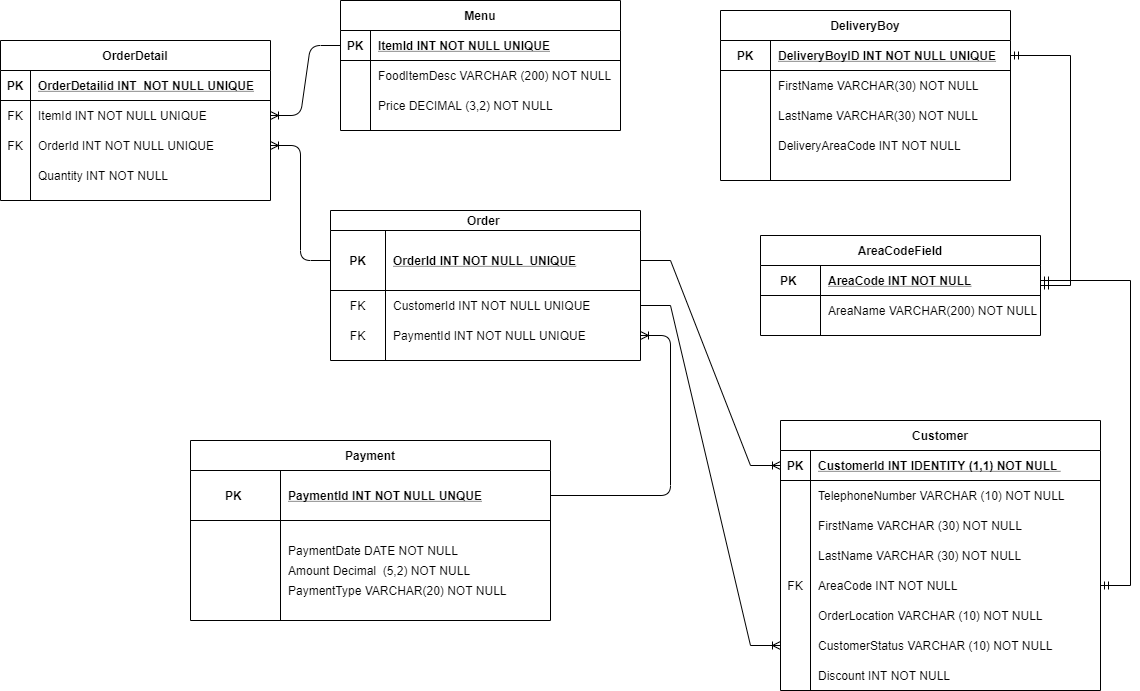
The draw.io diagram Restaurant Management System.png in SherlonFra/Restaurant-Database, before a commit. Source tidied: cells renumbered, new cells last; positions are measured from the earlier drawing's top-left corner, leaving out a move shared by most shapes.
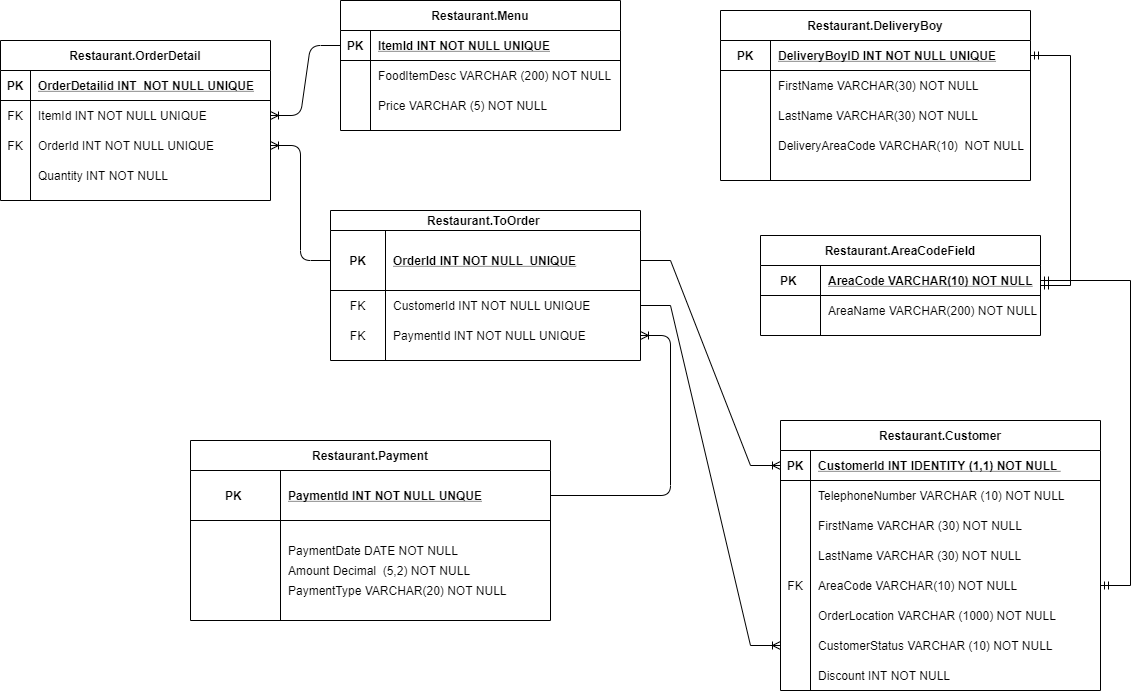
The same file after the commit.

The edit, as a diff of the source:
```diff
@@ -2,7 +2,7 @@
   <root>
     <mxCell id="0" />
     <mxCell id="1" parent="0" />
-    <mxCell id="2" value="Customer" style="shape=table;startSize=30;rowLines=0;fontStyle=1;align=center;" parent="1" vertex="1">
+    <mxCell id="2" value="Restaurant.Customer" style="shape=table;startSize=30;rowLines=0;fontStyle=1;align=center;" parent="1" vertex="1">
       <mxGeometry x="780" y="420" width="320" height="270" as="geometry" />
     </mxCell>
     <mxCell id="3" style="shape=partialRectangle;fillColor=none;top=0;left=0;bottom=1;right=0;points=[[0,0.5],[1,0.5]];portConstraint=eastwest;" parent="2" vertex="1">
@@ -47,7 +47,7 @@
     <mxCell id="16" value="FK" style="shape=partialRectangle;fillColor=none;top=0;left=0;bottom=0;right=0;overflow=hidden;" parent="15" vertex="1">
       <mxGeometry width="30" height="30" as="geometry" />
     </mxCell>
-    <mxCell id="17" value="AreaCode INT NOT NULL" style="shape=partialRectangle;fillColor=none;top=0;left=0;bottom=0;right=0;align=left;spacingLeft=6;overflow=hidden;" parent="15" vertex="1">
+    <mxCell id="17" value="AreaCode VARCHAR(10) NOT NULL" style="shape=partialRectangle;fillColor=none;top=0;left=0;bottom=0;right=0;align=left;spacingLeft=6;overflow=hidden;" parent="15" vertex="1">
       <mxGeometry x="30" width="290" height="30" as="geometry" />
     </mxCell>
     <mxCell id="18" style="shape=partialRectangle;fillColor=none;top=0;left=0;bottom=0;right=0;" parent="2" vertex="1">
@@ -56,7 +56,7 @@
     <mxCell id="19" style="shape=partialRectangle;fillColor=none;top=0;left=0;bottom=0;right=0;overflow=hidden;" parent="18" vertex="1">
       <mxGeometry width="30" height="30" as="geometry" />
     </mxCell>
-    <mxCell id="20" value="OrderLocation VARCHAR (10) NOT NULL" style="shape=partialRectangle;fillColor=none;top=0;left=0;bottom=0;right=0;align=left;spacingLeft=6;overflow=hidden;" parent="18" vertex="1">
+    <mxCell id="20" value="OrderLocation VARCHAR (1000) NOT NULL" style="shape=partialRectangle;fillColor=none;top=0;left=0;bottom=0;right=0;align=left;spacingLeft=6;overflow=hidden;" parent="18" vertex="1">
       <mxGeometry x="30" width="290" height="30" as="geometry" />
     </mxCell>
     <mxCell id="21" style="shape=partialRectangle;fillColor=none;top=0;left=0;bottom=0;right=0;points=[[0,0.5],[1,0.5]];portConstraint=eastwest;" parent="2" vertex="1">
@@ -77,7 +77,7 @@
     <mxCell id="26" value="Discount INT NOT NULL" style="shape=partialRectangle;fillColor=none;top=0;left=0;bottom=0;right=0;align=left;spacingLeft=6;overflow=hidden;" parent="24" vertex="1">
       <mxGeometry x="30" width="290" height="30" as="geometry" />
     </mxCell>
-    <mxCell id="27" value="Order " style="shape=table;startSize=20;rowLines=0;fontStyle=1;align=center;" parent="1" vertex="1">
+    <mxCell id="27" value="Restaurant.ToOrder " style="shape=table;startSize=20;rowLines=0;fontStyle=1;align=center;" parent="1" vertex="1">
       <mxGeometry x="330" y="210" width="310" height="150" as="geometry" />
     </mxCell>
     <mxCell id="28" style="shape=partialRectangle;fillColor=none;top=0;left=0;bottom=1;right=0;points=[[0,0.5],[1,0.5]];portConstraint=eastwest;" parent="27" vertex="1">
@@ -107,58 +107,58 @@
     <mxCell id="36" value="PaymentId INT NOT NULL UNIQUE" style="shape=partialRectangle;fillColor=none;top=0;left=0;bottom=0;right=0;align=left;spacingLeft=6;overflow=hidden;" parent="34" vertex="1">
       <mxGeometry x="55" width="255" height="30" as="geometry" />
     </mxCell>
-    <mxCell id="37" value="DeliveryBoy" style="shape=table;startSize=30;rowLines=0;fontStyle=1;align=center;rounded=0;" parent="1" vertex="1">
-      <mxGeometry x="720" y="10" width="290" height="170" as="geometry" />
+    <mxCell id="37" value="Restaurant.DeliveryBoy" style="shape=table;startSize=30;rowLines=0;fontStyle=1;align=center;rounded=0;" parent="1" vertex="1">
+      <mxGeometry x="720" y="10" width="310" height="170" as="geometry" />
     </mxCell>
     <mxCell id="38" style="shape=partialRectangle;fillColor=none;top=0;left=0;bottom=1;right=0;points=[[0,0.5],[1,0.5]];portConstraint=eastwest;" parent="37" vertex="1">
-      <mxGeometry y="30" width="290" height="30" as="geometry" />
+      <mxGeometry y="30" width="310" height="30" as="geometry" />
     </mxCell>
     <mxCell id="39" value="PK" style="shape=partialRectangle;fillColor=none;top=0;left=0;bottom=0;right=0;fontStyle=1;overflow=hidden;" parent="38" vertex="1">
       <mxGeometry width="50" height="30" as="geometry" />
     </mxCell>
     <mxCell id="40" value="DeliveryBoyID INT NOT NULL UNIQUE" style="shape=partialRectangle;fillColor=none;top=0;left=0;bottom=0;right=0;align=left;spacingLeft=6;fontStyle=5;overflow=hidden;" parent="38" vertex="1">
-      <mxGeometry x="50" width="240" height="30" as="geometry" />
+      <mxGeometry x="50" width="260" height="30" as="geometry" />
     </mxCell>
     <mxCell id="41" style="shape=partialRectangle;fillColor=none;top=0;left=0;bottom=0;right=0;" parent="37" vertex="1">
-      <mxGeometry y="60" width="290" height="30" as="geometry" />
+      <mxGeometry y="60" width="310" height="30" as="geometry" />
     </mxCell>
     <mxCell id="42" style="shape=partialRectangle;fillColor=none;top=0;left=0;bottom=0;right=0;overflow=hidden;" parent="41" vertex="1">
       <mxGeometry width="50" height="30" as="geometry" />
     </mxCell>
     <mxCell id="43" value="FirstName VARCHAR(30) NOT NULL" style="shape=partialRectangle;fillColor=none;top=0;left=0;bottom=0;right=0;align=left;spacingLeft=6;overflow=hidden;" parent="41" vertex="1">
-      <mxGeometry x="50" width="240" height="30" as="geometry" />
+      <mxGeometry x="50" width="260" height="30" as="geometry" />
     </mxCell>
     <mxCell id="44" style="shape=partialRectangle;fillColor=none;top=0;left=0;bottom=0;right=0;" parent="37" vertex="1">
-      <mxGeometry y="90" width="290" height="30" as="geometry" />
+      <mxGeometry y="90" width="310" height="30" as="geometry" />
     </mxCell>
     <mxCell id="45" style="shape=partialRectangle;fillColor=none;top=0;left=0;bottom=0;right=0;overflow=hidden;" parent="44" vertex="1">
       <mxGeometry width="50" height="30" as="geometry" />
     </mxCell>
     <mxCell id="46" value="LastName VARCHAR(30) NOT NULL" style="shape=partialRectangle;fillColor=none;top=0;left=0;bottom=0;right=0;align=left;spacingLeft=6;overflow=hidden;" parent="44" vertex="1">
-      <mxGeometry x="50" width="240" height="30" as="geometry" />
+      <mxGeometry x="50" width="260" height="30" as="geometry" />
     </mxCell>
     <mxCell id="47" style="shape=partialRectangle;fillColor=none;top=0;left=0;bottom=0;right=0;" parent="37" vertex="1">
-      <mxGeometry y="120" width="290" height="30" as="geometry" />
+      <mxGeometry y="120" width="310" height="30" as="geometry" />
     </mxCell>
     <mxCell id="48" style="shape=partialRectangle;fillColor=none;top=0;left=0;bottom=0;right=0;overflow=hidden;" parent="47" vertex="1">
       <mxGeometry width="50" height="30" as="geometry" />
     </mxCell>
-    <mxCell id="49" value="DeliveryAreaCode INT NOT NULL" style="shape=partialRectangle;fillColor=none;top=0;left=0;bottom=0;right=0;align=left;spacingLeft=6;overflow=hidden;" parent="47" vertex="1">
-      <mxGeometry x="50" width="240" height="30" as="geometry" />
+    <mxCell id="49" value="DeliveryAreaCode VARCHAR(10)  NOT NULL" style="shape=partialRectangle;fillColor=none;top=0;left=0;bottom=0;right=0;align=left;spacingLeft=6;overflow=hidden;" parent="47" vertex="1">
+      <mxGeometry x="50" width="260" height="30" as="geometry" />
     </mxCell>
     <mxCell id="50" style="shape=partialRectangle;fillColor=none;top=0;left=0;bottom=0;right=0;" parent="37" vertex="1">
-      <mxGeometry y="150" width="290" height="20" as="geometry" />
+      <mxGeometry y="150" width="310" height="20" as="geometry" />
     </mxCell>
     <mxCell id="51" style="shape=partialRectangle;fillColor=none;top=0;left=0;bottom=0;right=0;overflow=hidden;" parent="50" vertex="1">
       <mxGeometry width="50" height="20" as="geometry" />
     </mxCell>
     <mxCell id="52" style="shape=partialRectangle;fillColor=none;top=0;left=0;bottom=0;right=0;align=left;spacingLeft=6;overflow=hidden;" parent="50" vertex="1">
-      <mxGeometry x="50" width="240" height="20" as="geometry" />
+      <mxGeometry x="50" width="260" height="20" as="geometry" />
     </mxCell>
     <mxCell id="53" style="edgeStyle=entityRelationEdgeStyle;fontSize=12;html=1;endArrow=ERmandOne;startArrow=ERmandOne;rounded=0;" parent="1" edge="1" source="15" target="73">
       <mxGeometry relative="1" as="geometry" />
     </mxCell>
-    <mxCell id="54" value="Payment" style="shape=table;startSize=30;rowLines=0;fontStyle=1;align=center;" parent="1" vertex="1">
+    <mxCell id="54" value="Restaurant.Payment" style="shape=table;startSize=30;rowLines=0;fontStyle=1;align=center;" parent="1" vertex="1">
       <mxGeometry x="190" y="440" width="360" height="180" as="geometry" />
     </mxCell>
     <mxCell id="55" style="shape=partialRectangle;fillColor=none;top=0;left=0;bottom=1;right=0;points=[[0,0.5],[1,0.5]];portConstraint=eastwest;" parent="54" vertex="1">
@@ -212,7 +212,7 @@
     <mxCell id="71" style="edgeStyle=entityRelationEdgeStyle;fontSize=12;html=1;endArrow=ERoneToMany;exitX=1;exitY=0.5;exitDx=0;exitDy=0;entryX=0;entryY=0.5;entryDx=0;entryDy=0;rounded=0;" parent="1" edge="1" source="31" target="21">
       <mxGeometry relative="1" as="geometry" />
     </mxCell>
-    <mxCell id="72" value="AreaCodeField" style="shape=table;startSize=30;rowLines=0;fontStyle=1;align=center;" parent="1" vertex="1">
+    <mxCell id="72" value="Restaurant.AreaCodeField" style="shape=table;startSize=30;rowLines=0;fontStyle=1;align=center;" parent="1" vertex="1">
       <mxGeometry x="760" y="235" width="280" height="100" as="geometry" />
     </mxCell>
     <mxCell id="73" style="shape=partialRectangle;fillColor=none;top=0;left=0;bottom=1;right=0;points=[[0,0.5],[1,0.5]];portConstraint=eastwest;" parent="72" vertex="1">
@@ -221,7 +221,7 @@
     <mxCell id="74" value="PK " style="shape=partialRectangle;fillColor=none;top=0;left=0;bottom=0;right=0;fontStyle=1;overflow=hidden;" parent="73" vertex="1">
       <mxGeometry width="60" height="30" as="geometry" />
     </mxCell>
-    <mxCell id="75" value="AreaCode INT NOT NULL" style="shape=partialRectangle;fillColor=none;top=0;left=0;bottom=0;right=0;align=left;spacingLeft=6;fontStyle=5;overflow=hidden;" parent="73" vertex="1">
+    <mxCell id="75" value="AreaCode VARCHAR(10) NOT NULL" style="shape=partialRectangle;fillColor=none;top=0;left=0;bottom=0;right=0;align=left;spacingLeft=6;fontStyle=5;overflow=hidden;" parent="73" vertex="1">
       <mxGeometry x="60" width="220" height="30" as="geometry" />
     </mxCell>
     <mxCell id="76" style="shape=partialRectangle;fillColor=none;top=0;left=0;bottom=0;right=0;" parent="72" vertex="1">
@@ -236,7 +236,7 @@
     <mxCell id="79" style="edgeStyle=entityRelationEdgeStyle;fontSize=12;html=1;endArrow=ERmandOne;startArrow=ERmandOne;rounded=0;" parent="1" edge="1" source="72" target="38">
       <mxGeometry relative="1" as="geometry" />
     </mxCell>
-    <mxCell id="80" value="Menu" style="shape=table;startSize=30;rowLines=0;fontStyle=1;align=center;rounded=0;" parent="1" vertex="1">
+    <mxCell id="80" value="Restaurant.Menu" style="shape=table;startSize=30;rowLines=0;fontStyle=1;align=center;rounded=0;" parent="1" vertex="1">
       <mxGeometry x="340" width="280" height="130" as="geometry" />
     </mxCell>
     <mxCell id="81" style="shape=partialRectangle;fillColor=none;top=0;left=0;bottom=1;right=0;points=[[0,0.5],[1,0.5]];portConstraint=eastwest;" parent="80" vertex="1">
@@ -263,10 +263,10 @@
     <mxCell id="88" style="shape=partialRectangle;fillColor=none;top=0;left=0;bottom=0;right=0;overflow=hidden;" parent="87" vertex="1">
       <mxGeometry width="30" height="30" as="geometry" />
     </mxCell>
-    <mxCell id="89" value="Price DECIMAL (3,2) NOT NULL" style="shape=partialRectangle;fillColor=none;top=0;left=0;bottom=0;right=0;align=left;spacingLeft=6;overflow=hidden;" parent="87" vertex="1">
+    <mxCell id="89" value="Price VARCHAR (5) NOT NULL" style="shape=partialRectangle;fillColor=none;top=0;left=0;bottom=0;right=0;align=left;spacingLeft=6;overflow=hidden;" parent="87" vertex="1">
       <mxGeometry x="30" width="250" height="30" as="geometry" />
     </mxCell>
-    <mxCell id="90" value="OrderDetail" style="shape=table;startSize=30;rowLines=0;fontStyle=1;align=center;rounded=0;" parent="1" vertex="1">
+    <mxCell id="90" value="Restaurant.OrderDetail" style="shape=table;startSize=30;rowLines=0;fontStyle=1;align=center;rounded=0;" parent="1" vertex="1">
       <mxGeometry y="40" width="270" height="160" as="geometry" />
     </mxCell>
     <mxCell id="91" style="shape=partialRectangle;fillColor=none;top=0;left=0;bottom=1;right=0;" parent="90" vertex="1">
```
